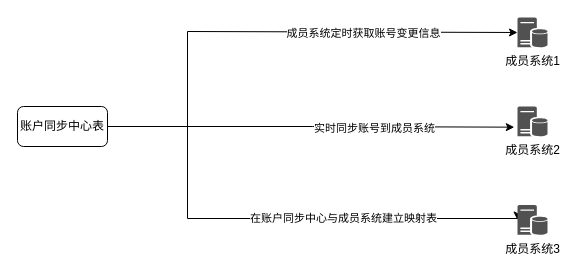
Above: 账号同步机制.drawio in mengfanzhen/drawio (draw.io), before the change. Source tidied: cells renumbered, new cells numbered last; positions are measured from the earlier drawing's top-left corner, leaving out a move shared by most shapes. Both pictures are drawn from the tidied source at 100%, with x=0, y=0 at pixel (17, 17).
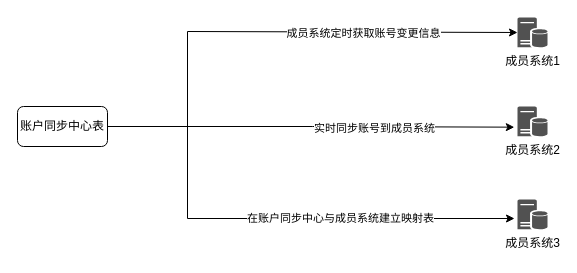
The same diagram, later.

Commit message:
Update 账号同步机制.drawio

Change to the diagram source:
```diff
@@
 <mxGraphModel>
   <root>
     <mxCell id="0" />
     <mxCell id="1" parent="0" />
     <mxCell id="2" style="edgeStyle=orthogonalEdgeStyle;rounded=0;jettySize=auto;html=1;entryX=-0.106;entryY=0.689;entryDx=0;entryDy=0;entryPerimeter=0;" parent="1" edge="1" source="8" target="10">
       <mxGeometry relative="1" as="geometry" />
     </mxCell>
     <mxCell id="3" value="实时同步账号到成员系统" style="edgeLabel;html=1;align=center;verticalAlign=middle;" parent="2" vertex="1">
       <mxGeometry x="0.31" y="-1" relative="1" as="geometry" />
     </mxCell>
     <mxCell id="4" style="edgeStyle=orthogonalEdgeStyle;rounded=0;jettySize=auto;html=1;exitX=1;exitY=0.5;exitDx=0;exitDy=0;entryX=0;entryY=0.5;entryDx=0;entryDy=0;entryPerimeter=0;" parent="1" edge="1" source="8" target="9">
       <mxGeometry relative="1" as="geometry">
         <Array as="points">
           <mxPoint x="170" y="109" />
           <mxPoint x="170" y="14" />
         </Array>
       </mxGeometry>
     </mxCell>
     <mxCell id="5" value="成员系统定时获取账号变更信息" style="edgeLabel;html=1;align=center;verticalAlign=middle;" parent="4" vertex="1">
       <mxGeometry x="0.39" y="-2" relative="1" as="geometry">
         <mxPoint y="-1" as="offset" />
       </mxGeometry>
     </mxCell>
-    <mxCell id="6" style="edgeStyle=orthogonalEdgeStyle;rounded=0;jettySize=auto;html=1;exitX=1;exitY=0.5;exitDx=0;exitDy=0;entryX=0;entryY=0.5;entryDx=0;entryDy=0;entryPerimeter=0;" parent="1" edge="1" source="8" target="11">
+    <mxCell id="6" style="edgeStyle=orthogonalEdgeStyle;rounded=0;jettySize=auto;html=1;exitX=1;exitY=0.5;exitDx=0;exitDy=0;" parent="1" edge="1" source="8">
       <mxGeometry relative="1" as="geometry">
+        <mxPoint x="497" y="201" as="targetPoint" />
         <Array as="points">
           <mxPoint x="170" y="109" />
           <mxPoint x="170" y="201" />
         </Array>
       </mxGeometry>
     </mxCell>
     <mxCell id="7" value="在账户同步中心与成员系统建立映射表" style="edgeLabel;html=1;align=center;verticalAlign=middle;" parent="6" vertex="1">
       <mxGeometry x="0.3" y="1" relative="1" as="geometry" />
     </mxCell>
     <mxCell id="8" value="账户同步中心表" style="rounded=1;whiteSpace=wrap;html=1;" parent="1" vertex="1">
       <mxGeometry y="89" width="90" height="40" as="geometry" />
     </mxCell>
     <mxCell id="9" value="成员系统1&lt;br&gt;" style="sketch=0;shadow=0;dashed=0;html=1;strokeColor=none;labelPosition=center;verticalLabelPosition=bottom;verticalAlign=top;align=center;fillColor=#515151;shape=mxgraph.mscae.enterprise.database_server;" parent="1" vertex="1">
       <mxGeometry x="500" width="30" height="30" as="geometry" />
     </mxCell>
     <mxCell id="10" value="成员系统2" style="sketch=0;shadow=0;dashed=0;html=1;strokeColor=none;labelPosition=center;verticalLabelPosition=bottom;verticalAlign=top;align=center;fillColor=#515151;shape=mxgraph.mscae.enterprise.database_server;" parent="1" vertex="1">
       <mxGeometry x="500" y="89" width="30" height="30" as="geometry" />
     </mxCell>
     <mxCell id="11" value="成员系统3" style="sketch=0;shadow=0;dashed=0;html=1;strokeColor=none;labelPosition=center;verticalLabelPosition=bottom;verticalAlign=top;align=center;fillColor=#515151;shape=mxgraph.mscae.enterprise.database_server;" parent="1" vertex="1">
-      <mxGeometry x="500" y="187.5" width="30" height="30" as="geometry" />
+      <mxGeometry x="500" y="182" width="30" height="30" as="geometry" />
     </mxCell>
   </root>
 </mxGraphModel>
```
